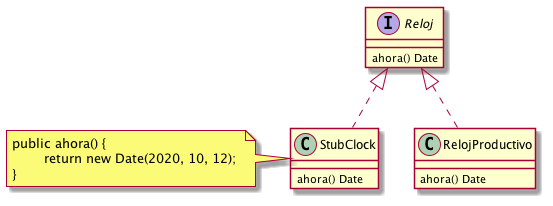
This is diagrams/clima.png from fiuba/algo3_mocks_examples, a PlantUML export, as it was before one commit.
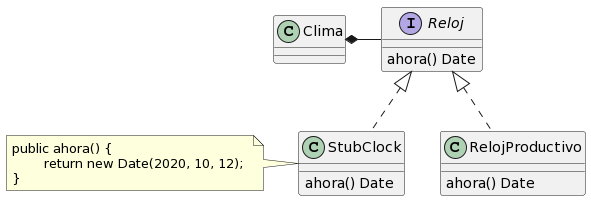
The same diagram one commit later.

The edit, as a diff of the source:
```diff
@@ -12,5 +12,5 @@
 RelojProductivo : ahora() Date
 
 
-
+Clima *- Reloj
 @enduml
```
